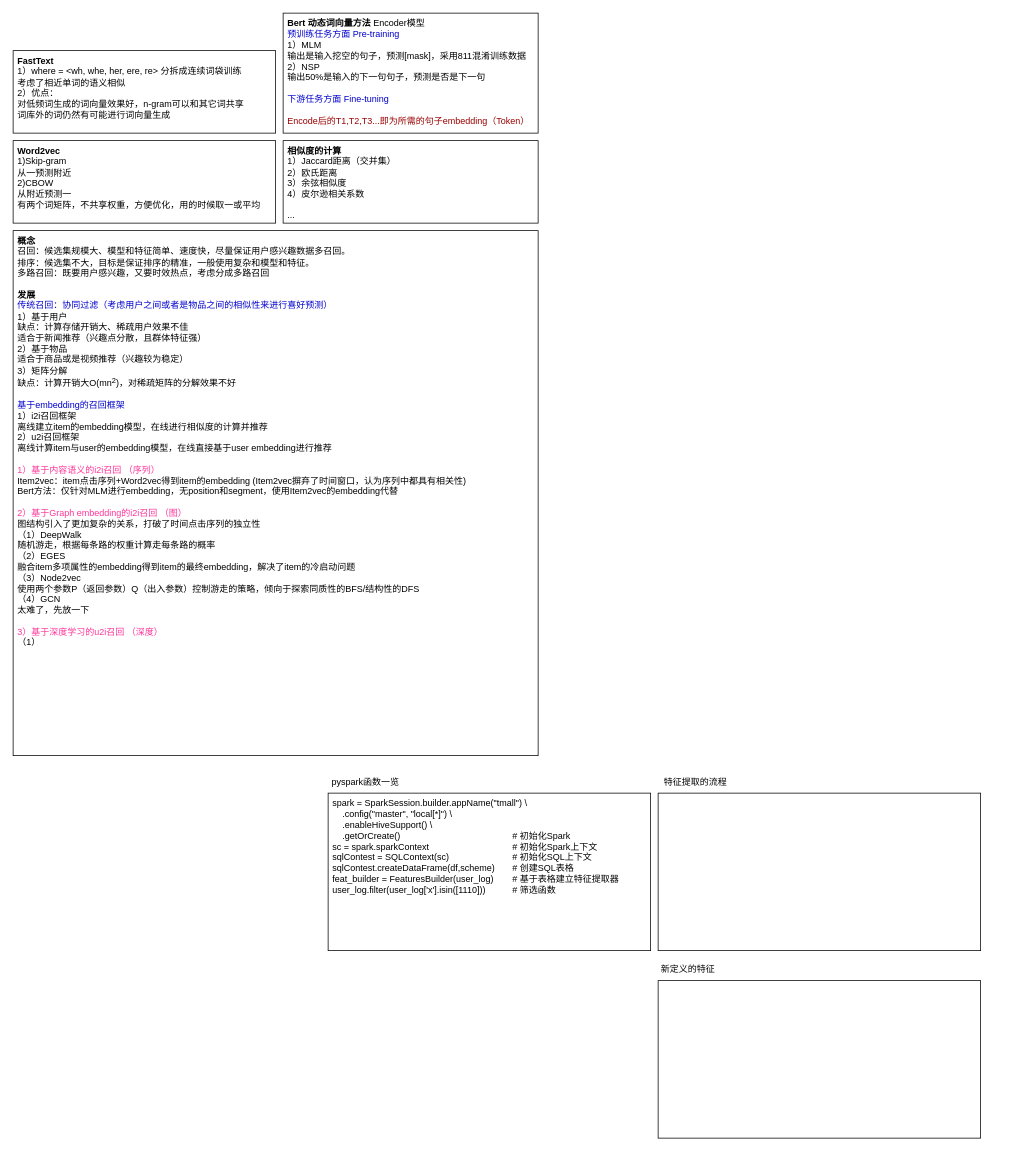
This is tmall2.drawio from limpid-11/drawio, a draw.io file, before an edit. Source tidied: cells renumbered, new cells numbered last; positions are measured from the earlier drawing's top-left corner, leaving out a move shared by most shapes. Both pictures are drawn from the tidied source at 75%, with x=0, y=0 at pixel (13, 13).
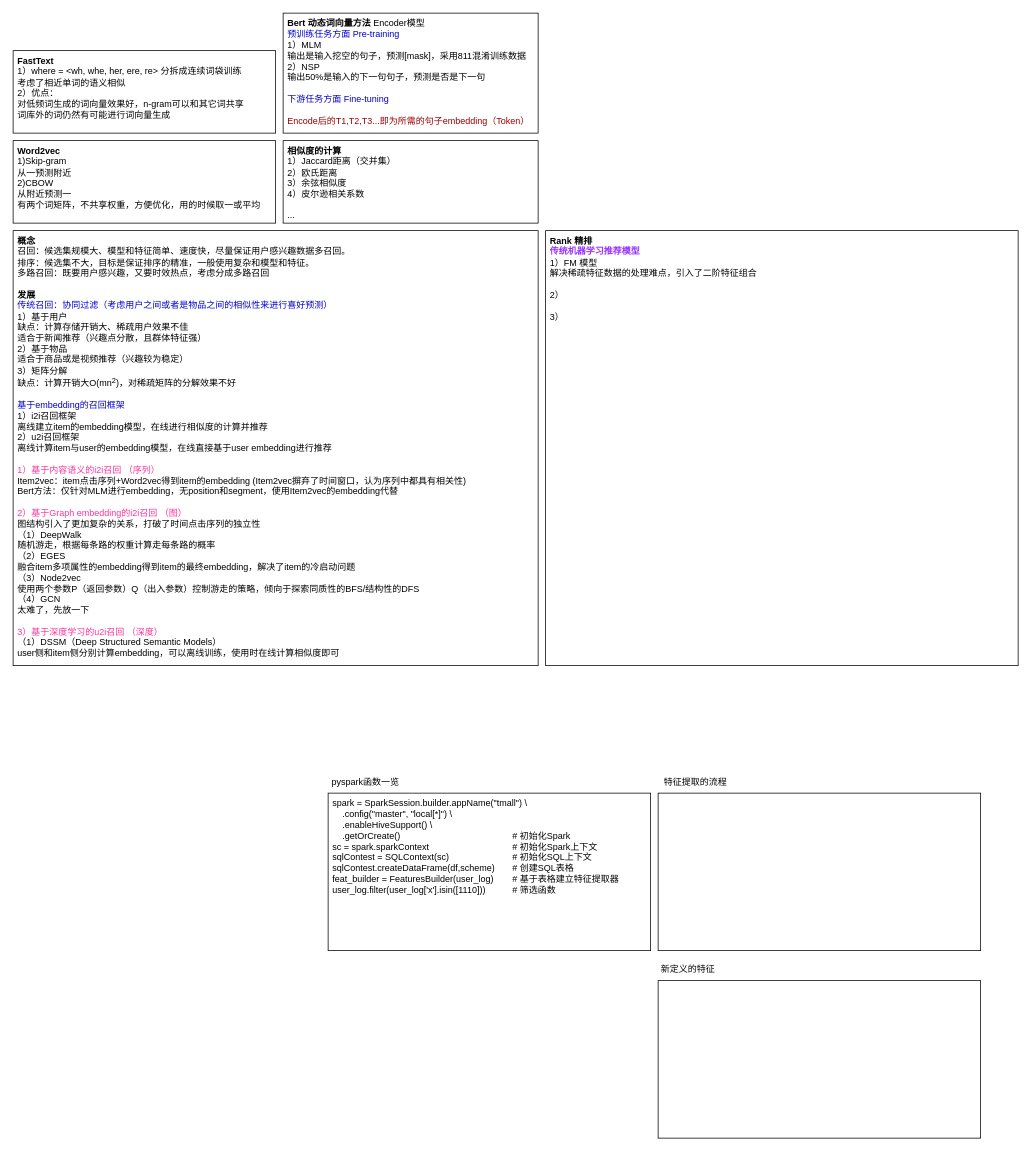
The same page after the edit.

What changed in the source:
```diff
@@
 <mxGraphModel>
   <root>
     <mxCell id="0" />
     <mxCell id="1" parent="0" />
     <mxCell id="2" value="&lt;div&gt;spark = SparkSession.builder&lt;span style=&quot;background-color: initial;&quot;&gt;.appName(&quot;tmall&quot;) \&lt;/span&gt;&lt;/div&gt;&lt;div&gt;&amp;nbsp; &amp;nbsp; .config(&quot;master&quot;, &quot;local[*]&quot;) \&lt;/div&gt;&lt;div&gt;&amp;nbsp; &amp;nbsp; .enableHiveSupport() \&lt;/div&gt;&lt;div&gt;&amp;nbsp; &amp;nbsp; .getOrCreate()&lt;span style=&quot;white-space: pre;&quot;&gt;&#9;&lt;/span&gt;&lt;span style=&quot;white-space: pre;&quot;&gt;&#9;&lt;/span&gt;&lt;span style=&quot;white-space: pre;&quot;&gt;&#9;&lt;/span&gt;&lt;span style=&quot;white-space: pre;&quot;&gt;&#9;&lt;/span&gt;&lt;span style=&quot;white-space: pre;&quot;&gt;&#9;&lt;span style=&quot;white-space: pre;&quot;&gt;&#9;&lt;/span&gt;&lt;/span&gt;# 初始化Spark&lt;/div&gt;&lt;div&gt;sc = spark.sparkContext&lt;span style=&quot;white-space: pre;&quot;&gt;&#9;&lt;/span&gt;&lt;span style=&quot;white-space: pre;&quot;&gt;&#9;&lt;/span&gt;&lt;span style=&quot;white-space: pre;&quot;&gt;&#9;&lt;/span&gt;&lt;span style=&quot;white-space: pre;&quot;&gt;&#9;&lt;span style=&quot;white-space: pre;&quot;&gt;&#9;&lt;/span&gt;&lt;/span&gt;# 初始化Spark上下文&lt;br&gt;&lt;/div&gt;&lt;div&gt;sqlContest = SQLContext(sc)&lt;span style=&quot;white-space: pre;&quot;&gt;&#9;&lt;/span&gt;&lt;span style=&quot;white-space: pre;&quot;&gt;&#9;&lt;/span&gt;&lt;span style=&quot;white-space: pre;&quot;&gt;&#9;&lt;span style=&quot;white-space: pre;&quot;&gt;&#9;&lt;/span&gt;&lt;/span&gt;# 初始化SQL上下文&lt;br&gt;&lt;/div&gt;&lt;div&gt;sqlContest.createDataFrame(df,scheme)&lt;span style=&quot;white-space: pre;&quot;&gt;&#9;&lt;/span&gt;# 创建SQL表格&lt;br&gt;&lt;/div&gt;&lt;div&gt;feat_builder = FeaturesBuilder(user_log)&lt;span style=&quot;white-space: pre;&quot;&gt;&#9;&lt;/span&gt;# 基于表格建立特征提取器&lt;br&gt;&lt;/div&gt;&lt;div&gt;user_log.filter(user_log['x'].isin([1110]))&lt;span style=&quot;white-space: pre;&quot;&gt;&#9;&lt;/span&gt;&lt;span style=&quot;white-space: pre;&quot;&gt;&#9;&lt;/span&gt;# 筛选函数&lt;br&gt;&lt;/div&gt;&lt;div&gt;&lt;br&gt;&lt;/div&gt;&lt;div&gt;&lt;br&gt;&lt;/div&gt;" style="rounded=0;whiteSpace=wrap;html=1;align=left;verticalAlign=top;spacingLeft=4;" parent="1" vertex="1">
       <mxGeometry x="420" y="1040" width="430" height="210" as="geometry" />
     </mxCell>
     <mxCell id="3" value="pyspark函数一览" style="text;html=1;align=center;verticalAlign=middle;whiteSpace=wrap;rounded=0;" parent="1" vertex="1">
       <mxGeometry x="420" y="1010" width="100" height="30" as="geometry" />
     </mxCell>
     <mxCell id="4" value="&lt;div&gt;&lt;br&gt;&lt;/div&gt;" style="rounded=0;whiteSpace=wrap;html=1;align=left;verticalAlign=top;spacingLeft=4;" parent="1" vertex="1">
       <mxGeometry x="860" y="1040" width="430" height="210" as="geometry" />
     </mxCell>
     <mxCell id="5" value="特征提取的流程" style="text;html=1;align=center;verticalAlign=middle;whiteSpace=wrap;rounded=0;" parent="1" vertex="1">
       <mxGeometry x="860" y="1010" width="100" height="30" as="geometry" />
     </mxCell>
     <mxCell id="6" value="新定义的特征" style="text;html=1;align=center;verticalAlign=middle;whiteSpace=wrap;rounded=0;" parent="1" vertex="1">
       <mxGeometry x="860" y="1260" width="80" height="30" as="geometry" />
     </mxCell>
     <mxCell id="7" value="&lt;div&gt;&lt;br&gt;&lt;/div&gt;" style="rounded=0;whiteSpace=wrap;html=1;align=left;verticalAlign=top;spacingLeft=4;" parent="1" vertex="1">
       <mxGeometry x="860" y="1290" width="430" height="210" as="geometry" />
     </mxCell>
-    <mxCell id="8" value="&lt;div&gt;&lt;b&gt;概念&lt;/b&gt;&lt;/div&gt;&lt;div&gt;召回：候选集规模大、模型和特征简单、速度快，尽量保证用户感兴趣数据多召回。&lt;/div&gt;&lt;div&gt;排序：候选集不大，目标是保证排序的精准，一般使用复杂和模型和特征。&lt;/div&gt;&lt;div&gt;多路召回：既要用户感兴趣，又要时效热点，考虑分成多路召回&lt;/div&gt;&lt;div&gt;&lt;br&gt;&lt;/div&gt;&lt;div&gt;&lt;b&gt;发展&lt;/b&gt;&lt;/div&gt;&lt;div&gt;&lt;font color=&quot;#0000cc&quot;&gt;传统召回：协同过滤（考虑用户之间或者是物品之间的相似性来进行喜好预测）&lt;/font&gt;&lt;/div&gt;&lt;div&gt;1）基于用户&lt;/div&gt;&lt;div&gt;缺点：计算存储开销大、稀疏用户效果不佳&lt;/div&gt;&lt;div&gt;适合于新闻推荐（兴趣点分散，且群体特征强）&lt;/div&gt;&lt;div&gt;2）基于物品&lt;/div&gt;&lt;div&gt;适合于商品或是视频推荐（兴趣较为稳定）&lt;/div&gt;&lt;div&gt;3）矩阵分解&lt;br&gt;&lt;/div&gt;&lt;div&gt;缺点：计算开销大O(mn&lt;sup&gt;2&lt;/sup&gt;)，对稀疏矩阵的分解效果不好&lt;/div&gt;&lt;div&gt;&lt;br&gt;&lt;/div&gt;&lt;div&gt;&lt;font color=&quot;#0000cc&quot;&gt;基于embedding的召回框架&lt;/font&gt;&lt;/div&gt;&lt;div&gt;1）i2i召回框架&lt;/div&gt;&lt;div&gt;离线建立item的embedding模型，在线进行相似度的计算并推荐&lt;/div&gt;&lt;div&gt;2）u2i召回框架&lt;/div&gt;&lt;div&gt;离线计算item与user的&lt;span style=&quot;background-color: initial;&quot;&gt;embedding模型，在线直接基于user&amp;nbsp;&lt;/span&gt;&lt;span style=&quot;background-color: initial;&quot;&gt;embedding进行推荐&lt;/span&gt;&lt;/div&gt;&lt;div&gt;&lt;br&gt;&lt;/div&gt;&lt;div&gt;&lt;font color=&quot;#ff3399&quot;&gt;1）基于内容语义的i2i召回 （序列）&lt;/font&gt;&lt;/div&gt;&lt;div&gt;Item2vec：item点击序列+Word2vec得到item的embedding (&lt;span style=&quot;background-color: initial;&quot;&gt;Item2vec&lt;/span&gt;&lt;span style=&quot;background-color: initial;&quot;&gt;摒弃了时间窗口，认为序列中都具有相关性)&lt;/span&gt;&lt;/div&gt;&lt;div&gt;&lt;span style=&quot;background-color: initial;&quot;&gt;Bert方法：仅针对MLM进行embedding，无position和segment，使用&lt;/span&gt;&lt;span style=&quot;background-color: initial;&quot;&gt;Item2vec的embedding代替&lt;/span&gt;&lt;/div&gt;&lt;div&gt;&lt;span style=&quot;background-color: initial;&quot;&gt;&lt;br&gt;&lt;/span&gt;&lt;/div&gt;&lt;div&gt;&lt;span style=&quot;background-color: initial;&quot;&gt;&lt;font color=&quot;#ff3399&quot;&gt;2）基于Graph embedding的i2i召回 （图）&lt;/font&gt;&lt;/span&gt;&lt;/div&gt;&lt;div&gt;&lt;span style=&quot;background-color: initial;&quot;&gt;图结构引入了更加复杂的关系，打破了时间点击序列的独立性&lt;/span&gt;&lt;/div&gt;&lt;div&gt;&lt;span style=&quot;background-color: initial;&quot;&gt;（1）DeepWalk&lt;/span&gt;&lt;br&gt;&lt;/div&gt;&lt;div&gt;随机游走，根据每条路的权重计算走每条路的概率&lt;/div&gt;&lt;div&gt;&lt;span style=&quot;background-color: initial;&quot;&gt;（2）EGES&lt;/span&gt;&lt;/div&gt;&lt;div&gt;&lt;span style=&quot;background-color: initial;&quot;&gt;融合item多项属性的embedding得到item的最终embedding，解决了item的冷启动问题&lt;/span&gt;&lt;/div&gt;&lt;div&gt;（3）Node2vec&lt;/div&gt;&lt;div&gt;使用两个参数P（返回参数）Q（出入参数）控制游走的策略，倾向于探索同质性的BFS/结构性的DFS&lt;/div&gt;&lt;div&gt;（4）GCN&lt;/div&gt;&lt;div&gt;太难了，先放一下&lt;/div&gt;&lt;div&gt;&lt;br&gt;&lt;/div&gt;&lt;div&gt;&lt;span style=&quot;color: rgb(255, 51, 153);&quot;&gt;3）基于深度学习的u2i召回 （深度）&lt;/span&gt;&lt;br&gt;&lt;/div&gt;&lt;div&gt;（1）&lt;/div&gt;" style="rounded=0;whiteSpace=wrap;html=1;align=left;verticalAlign=top;spacingLeft=4;" parent="1" vertex="1">
-      <mxGeometry y="290" width="700" height="700" as="geometry" />
+    <mxCell id="8" value="&lt;div&gt;&lt;b&gt;概念&lt;/b&gt;&lt;/div&gt;&lt;div&gt;召回：候选集规模大、模型和特征简单、速度快，尽量保证用户感兴趣数据多召回。&lt;/div&gt;&lt;div&gt;排序：候选集不大，目标是保证排序的精准，一般使用复杂和模型和特征。&lt;/div&gt;&lt;div&gt;多路召回：既要用户感兴趣，又要时效热点，考虑分成多路召回&lt;/div&gt;&lt;div&gt;&lt;br&gt;&lt;/div&gt;&lt;div&gt;&lt;b&gt;发展&lt;/b&gt;&lt;/div&gt;&lt;div&gt;&lt;font color=&quot;#0000cc&quot;&gt;传统召回：协同过滤（考虑用户之间或者是物品之间的相似性来进行喜好预测）&lt;/font&gt;&lt;/div&gt;&lt;div&gt;1）基于用户&lt;/div&gt;&lt;div&gt;缺点：计算存储开销大、稀疏用户效果不佳&lt;/div&gt;&lt;div&gt;适合于新闻推荐（兴趣点分散，且群体特征强）&lt;/div&gt;&lt;div&gt;2）基于物品&lt;/div&gt;&lt;div&gt;适合于商品或是视频推荐（兴趣较为稳定）&lt;/div&gt;&lt;div&gt;3）矩阵分解&lt;br&gt;&lt;/div&gt;&lt;div&gt;缺点：计算开销大O(mn&lt;sup&gt;2&lt;/sup&gt;)，对稀疏矩阵的分解效果不好&lt;/div&gt;&lt;div&gt;&lt;br&gt;&lt;/div&gt;&lt;div&gt;&lt;font color=&quot;#0000cc&quot;&gt;基于embedding的召回框架&lt;/font&gt;&lt;/div&gt;&lt;div&gt;1）i2i召回框架&lt;/div&gt;&lt;div&gt;离线建立item的embedding模型，在线进行相似度的计算并推荐&lt;/div&gt;&lt;div&gt;2）u2i召回框架&lt;/div&gt;&lt;div&gt;离线计算item与user的&lt;span style=&quot;background-color: initial;&quot;&gt;embedding模型，在线直接基于user&amp;nbsp;&lt;/span&gt;&lt;span style=&quot;background-color: initial;&quot;&gt;embedding进行推荐&lt;/span&gt;&lt;/div&gt;&lt;div&gt;&lt;br&gt;&lt;/div&gt;&lt;div&gt;&lt;font color=&quot;#ff3399&quot;&gt;1）基于内容语义的i2i召回 （序列）&lt;/font&gt;&lt;/div&gt;&lt;div&gt;Item2vec：item点击序列+Word2vec得到item的embedding (&lt;span style=&quot;background-color: initial;&quot;&gt;Item2vec&lt;/span&gt;&lt;span style=&quot;background-color: initial;&quot;&gt;摒弃了时间窗口，认为序列中都具有相关性)&lt;/span&gt;&lt;/div&gt;&lt;div&gt;&lt;span style=&quot;background-color: initial;&quot;&gt;Bert方法：仅针对MLM进行embedding，无position和segment，使用&lt;/span&gt;&lt;span style=&quot;background-color: initial;&quot;&gt;Item2vec的embedding代替&lt;/span&gt;&lt;/div&gt;&lt;div&gt;&lt;span style=&quot;background-color: initial;&quot;&gt;&lt;br&gt;&lt;/span&gt;&lt;/div&gt;&lt;div&gt;&lt;span style=&quot;background-color: initial;&quot;&gt;&lt;font color=&quot;#ff3399&quot;&gt;2）基于Graph embedding的i2i召回 （图）&lt;/font&gt;&lt;/span&gt;&lt;/div&gt;&lt;div&gt;&lt;span style=&quot;background-color: initial;&quot;&gt;图结构引入了更加复杂的关系，打破了时间点击序列的独立性&lt;/span&gt;&lt;/div&gt;&lt;div&gt;&lt;span style=&quot;background-color: initial;&quot;&gt;（1）DeepWalk&lt;/span&gt;&lt;br&gt;&lt;/div&gt;&lt;div&gt;随机游走，根据每条路的权重计算走每条路的概率&lt;/div&gt;&lt;div&gt;&lt;span style=&quot;background-color: initial;&quot;&gt;（2）EGES&lt;/span&gt;&lt;/div&gt;&lt;div&gt;&lt;span style=&quot;background-color: initial;&quot;&gt;融合item多项属性的embedding得到item的最终embedding，解决了item的冷启动问题&lt;/span&gt;&lt;/div&gt;&lt;div&gt;（3）Node2vec&lt;/div&gt;&lt;div&gt;使用两个参数P（返回参数）Q（出入参数）控制游走的策略，倾向于探索同质性的BFS/结构性的DFS&lt;/div&gt;&lt;div&gt;（4）GCN&lt;/div&gt;&lt;div&gt;太难了，先放一下&lt;/div&gt;&lt;div&gt;&lt;br&gt;&lt;/div&gt;&lt;div&gt;&lt;span style=&quot;color: rgb(255, 51, 153);&quot;&gt;3）基于深度学习的u2i召回 （深度）&lt;/span&gt;&lt;br&gt;&lt;/div&gt;&lt;div&gt;（1）DSSM（Deep Structured Semantic Models）&lt;/div&gt;&lt;div&gt;user侧和item侧分别计算embedding，可以离线训练，使用时在线计算相似度即可&lt;/div&gt;" style="rounded=0;whiteSpace=wrap;html=1;align=left;verticalAlign=top;spacingLeft=4;" parent="1" vertex="1">
+      <mxGeometry y="290" width="700" height="580" as="geometry" />
     </mxCell>
     <mxCell id="9" value="&lt;div&gt;&lt;b&gt;相似度的计算&lt;/b&gt;&lt;/div&gt;&lt;div&gt;1）Jaccard距离（交并集）&lt;/div&gt;&lt;div&gt;2）欧氏距离&lt;/div&gt;&lt;div&gt;3）余弦相似度&lt;/div&gt;&lt;div&gt;4）皮尔逊相关系数&lt;/div&gt;&lt;div&gt;&lt;br&gt;&lt;/div&gt;&lt;div&gt;...&lt;/div&gt;" style="rounded=0;whiteSpace=wrap;html=1;align=left;verticalAlign=top;spacingLeft=4;" parent="1" vertex="1">
       <mxGeometry x="360" y="170" width="340" height="110" as="geometry" />
     </mxCell>
     <mxCell id="10" value="&lt;b&gt;Word2vec&lt;/b&gt;&lt;div&gt;1)Skip-gram&lt;/div&gt;&lt;div&gt;从一预测附近&lt;/div&gt;&lt;div&gt;2)CBOW&lt;/div&gt;&lt;div&gt;从附近预测一&lt;/div&gt;&lt;div&gt;有两个词矩阵，不共享权重，方便优化，用的时候取一或平均&lt;/div&gt;" style="rounded=0;whiteSpace=wrap;html=1;align=left;verticalAlign=top;spacingLeft=4;" parent="1" vertex="1">
       <mxGeometry y="170" width="350" height="110" as="geometry" />
     </mxCell>
     <mxCell id="11" value="&lt;b&gt;FastText&lt;/b&gt;&lt;br&gt;&lt;div&gt;1）where = &amp;lt;wh, whe, her, ere, re&amp;gt; 分拆成连续词袋训练&lt;/div&gt;&lt;div&gt;考虑了相近单词的语义相似&lt;/div&gt;&lt;div&gt;2）优点：&lt;/div&gt;&lt;div&gt;对低频词生成的词向量效果好，n-gram可以和其它词共享&lt;br&gt;&lt;/div&gt;&lt;div&gt;词库外的词仍然有可能进行词向量生成&lt;/div&gt;" style="rounded=0;whiteSpace=wrap;html=1;align=left;verticalAlign=top;spacingLeft=4;" parent="1" vertex="1">
       <mxGeometry y="50" width="350" height="110" as="geometry" />
     </mxCell>
     <mxCell id="12" value="&lt;b&gt;Bert 动态词向量方法&amp;nbsp;&lt;/b&gt;Encoder模型&lt;br&gt;&lt;div&gt;&lt;font color=&quot;#0000cc&quot;&gt;预训练任务方面 Pre-training&lt;/font&gt;&lt;/div&gt;&lt;div&gt;1）MLM&lt;/div&gt;&lt;div&gt;输出是输入挖空的句子，&lt;span style=&quot;background-color: initial;&quot;&gt;预测[mask]，采用811混淆训练数据&lt;/span&gt;&lt;/div&gt;&lt;div&gt;2）NSP&lt;/div&gt;&lt;div&gt;输出50%是输入的下一句句子，预测是否是下一句&lt;/div&gt;&lt;div&gt;&lt;br&gt;&lt;/div&gt;&lt;div&gt;&lt;font color=&quot;#0000cc&quot;&gt;下游任务方面 Fine-tuning&lt;/font&gt;&lt;/div&gt;&lt;div&gt;&lt;font color=&quot;#0000cc&quot;&gt;&lt;br&gt;&lt;/font&gt;&lt;/div&gt;&lt;div&gt;&lt;font color=&quot;#990000&quot;&gt;Encode后的T1,T2,T3...即为所需的句子embedding（Token）&lt;/font&gt;&lt;/div&gt;" style="rounded=0;whiteSpace=wrap;html=1;align=left;verticalAlign=top;spacingLeft=4;" parent="1" vertex="1">
       <mxGeometry x="360" width="340" height="160" as="geometry" />
     </mxCell>
+    <mxCell id="13" value="&lt;b&gt;Rank 精排&lt;/b&gt;&lt;div&gt;&lt;b&gt;&lt;font color=&quot;#9933ff&quot;&gt;传统机器学习推荐模型&lt;/font&gt;&lt;br&gt;&lt;/b&gt;&lt;div&gt;1）FM 模型&lt;/div&gt;&lt;div&gt;解决稀疏特征数据的处理难点，引入了二阶特征组合&lt;/div&gt;&lt;div&gt;&lt;br&gt;&lt;/div&gt;&lt;div&gt;2）&lt;/div&gt;&lt;div&gt;&lt;br&gt;&lt;/div&gt;&lt;div&gt;3）&lt;/div&gt;&lt;div&gt;&lt;br&gt;&lt;/div&gt;&lt;div&gt;&lt;br&gt;&lt;/div&gt;&lt;/div&gt;" style="rounded=0;whiteSpace=wrap;html=1;align=left;verticalAlign=top;spacingLeft=4;" parent="1" vertex="1">
+      <mxGeometry x="710" y="290" width="630" height="580" as="geometry" />
+    </mxCell>
   </root>
 </mxGraphModel>
```
